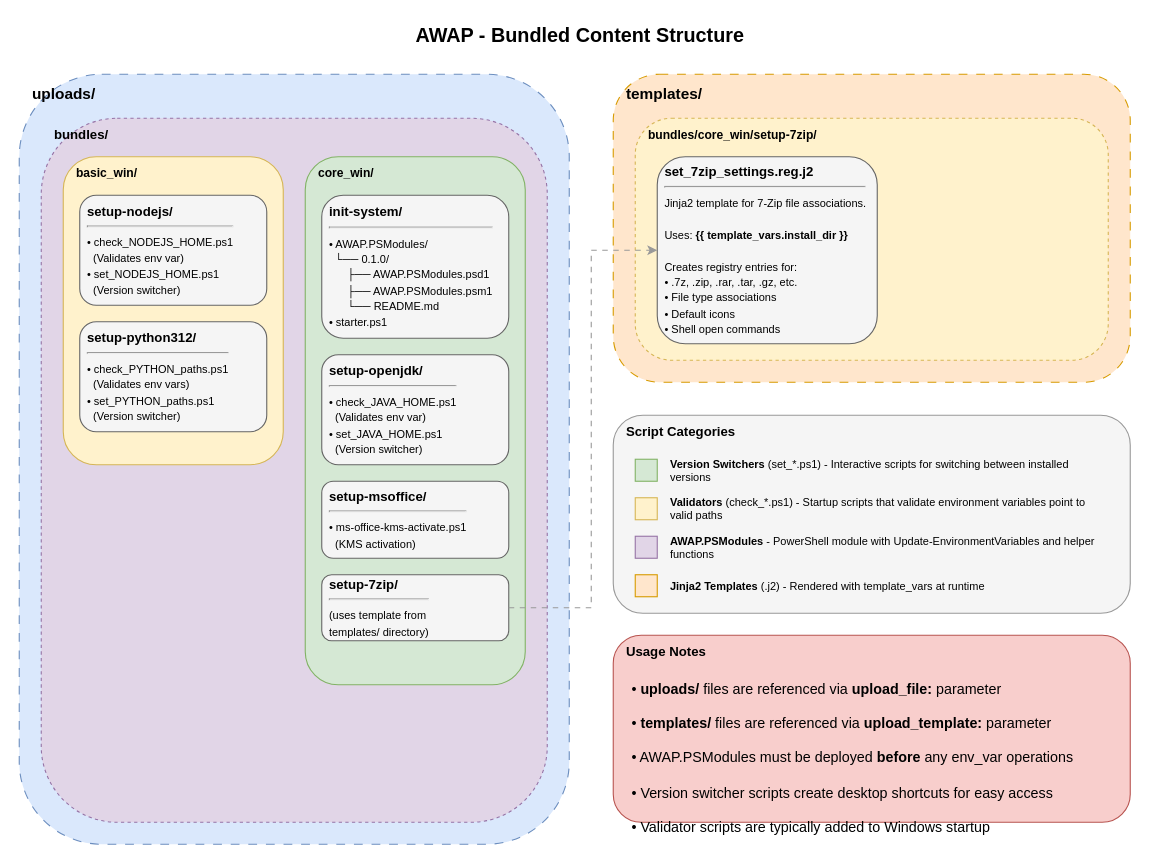
amindeed/Ansible-Win-AutoProvisioning keeps this draw.io diagram as page "Bundled Content Structure" (3 of 3) of assets/AWAP-Architecture-Diagram.drawio. Above is the earlier version. Source tidied: cells renumbered, new cells numbered last; positions are measured from the earlier drawing's top-left corner, leaving out a move shared by most shapes. Both pictures are drawn from the tidied source at 110%, with x=0, y=0 at pixel (19, 19).
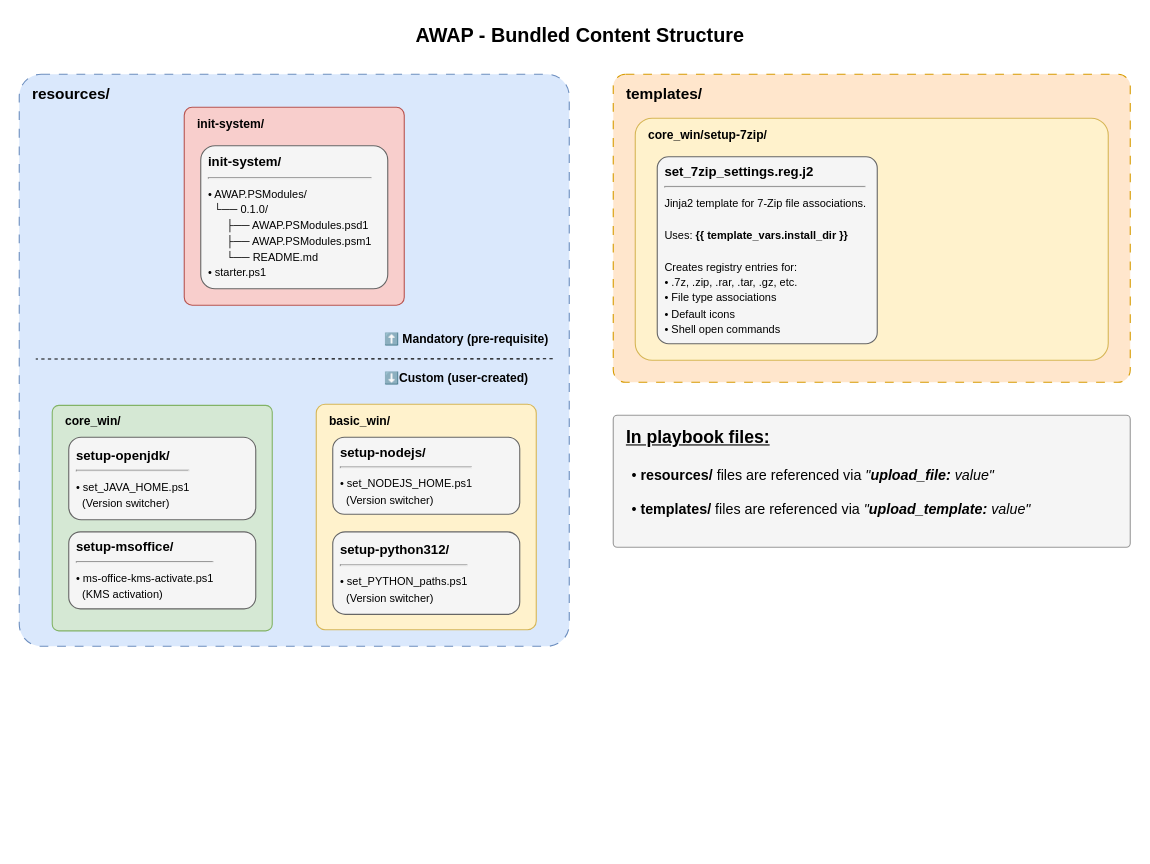
Above is the later version.

Change to the diagram source:
```diff
@@
-    <mxCell id="3" style="rounded=1;whiteSpace=wrap;html=1;fillColor=#dae8fc;strokeColor=#6c8ebf;dashed=1;dashPattern=8 8;" parent="1" vertex="1">
-      <mxGeometry y="50" width="500" height="700" as="geometry" />
-    </mxCell>
-    <mxCell id="4" value="uploads/" style="text;html=1;strokeColor=none;fillColor=none;align=left;verticalAlign=middle;whiteSpace=wrap;rounded=0;fontStyle=1;fontSize=14;" parent="1" vertex="1">
-      <mxGeometry x="10" y="55" width="100" height="25" as="geometry" />
-    </mxCell>
-    <mxCell id="5" style="rounded=1;whiteSpace=wrap;html=1;fillColor=#e1d5e7;strokeColor=#9673a6;dashed=1;" parent="1" vertex="1">
-      <mxGeometry x="20" y="90" width="460" height="640" as="geometry" />
-    </mxCell>
-    <mxCell id="6" value="bundles/" style="text;html=1;strokeColor=none;fillColor=none;align=left;verticalAlign=middle;whiteSpace=wrap;rounded=0;fontStyle=1;fontSize=12;" parent="1" vertex="1">
-      <mxGeometry x="30" y="95" width="80" height="20" as="geometry" />
-    </mxCell>
-    <mxCell id="7" style="rounded=1;whiteSpace=wrap;html=1;fillColor=#fff2cc;strokeColor=#d6b656;" parent="1" vertex="1">
-      <mxGeometry x="40" y="125" width="200" height="280" as="geometry" />
-    </mxCell>
+    <mxCell id="36" style="rounded=1;whiteSpace=wrap;html=1;fillColor=#dae8fc;strokeColor=#6c8ebf;dashed=1;dashPattern=8 8;arcSize=4;" parent="1" vertex="1">
+      <mxGeometry y="50" width="500" height="520" as="geometry" />
+    </mxCell>
+    <mxCell id="37" value="resources/" style="text;html=1;strokeColor=none;fillColor=none;align=left;verticalAlign=middle;whiteSpace=wrap;rounded=0;fontStyle=1;fontSize=14;" parent="1" vertex="1">
+      <mxGeometry x="10" y="55" width="100" height="25" as="geometry" />
+    </mxCell>
+    <mxCell id="38" style="rounded=1;whiteSpace=wrap;html=1;fillColor=#fff2cc;strokeColor=#d6b656;arcSize=4;" parent="1" vertex="1">
+      <mxGeometry x="270" y="350" width="200" height="205" as="geometry" />
+    </mxCell>
     <mxCell id="8" value="basic_win/" style="text;html=1;strokeColor=none;fillColor=none;align=left;verticalAlign=middle;whiteSpace=wrap;rounded=0;fontStyle=1;fontSize=11;" parent="1" vertex="1">
-      <mxGeometry x="50" y="130" width="80" height="20" as="geometry" />
+      <mxGeometry x="280" y="355" width="80" height="20" as="geometry" />
     </mxCell>
-    <mxCell id="9" value="&lt;b&gt;setup-nodejs/&lt;/b&gt;&lt;br&gt;&lt;hr&gt;&lt;font size=&quot;1&quot;&gt;• check_NODEJS_HOME.ps1&lt;br&gt;&amp;nbsp; (Validates env var)&lt;br&gt;• set_NODEJS_HOME.ps1&lt;br&gt;&amp;nbsp; (Version switcher)&lt;/font&gt;" style="rounded=1;whiteSpace=wrap;html=1;fillColor=#f5f5f5;strokeColor=#666666;align=left;spacingLeft=5;" parent="1" vertex="1">
-      <mxGeometry x="55" y="160" width="170" height="100" as="geometry" />
-    </mxCell>
-    <mxCell id="10" value="&lt;b&gt;setup-python312/&lt;/b&gt;&lt;br&gt;&lt;hr&gt;&lt;font size=&quot;1&quot;&gt;• check_PYTHON_paths.ps1&lt;br&gt;&amp;nbsp; (Validates env vars)&lt;br&gt;• set_PYTHON_paths.ps1&lt;br&gt;&amp;nbsp; (Version switcher)&lt;/font&gt;" style="rounded=1;whiteSpace=wrap;html=1;fillColor=#f5f5f5;strokeColor=#666666;align=left;spacingLeft=5;" parent="1" vertex="1">
-      <mxGeometry x="55" y="275" width="170" height="100" as="geometry" />
-    </mxCell>
-    <mxCell id="11" style="rounded=1;whiteSpace=wrap;html=1;fillColor=#d5e8d4;strokeColor=#82b366;" parent="1" vertex="1">
-      <mxGeometry x="260" y="125" width="200" height="480" as="geometry" />
-    </mxCell>
+    <mxCell id="39" value="&lt;b&gt;setup-nodejs/&lt;/b&gt;&lt;br&gt;&lt;hr&gt;&lt;font size=&quot;1&quot;&gt;• set_NODEJS_HOME.ps1&lt;br&gt;&amp;nbsp; (Version switcher)&lt;/font&gt;" style="rounded=1;whiteSpace=wrap;html=1;fillColor=#f5f5f5;strokeColor=#666666;align=left;spacingLeft=5;" parent="1" vertex="1">
+      <mxGeometry x="285" y="380" width="170" height="70" as="geometry" />
+    </mxCell>
+    <mxCell id="40" value="&lt;b&gt;setup-python312/&lt;/b&gt;&lt;br&gt;&lt;hr&gt;&lt;font size=&quot;1&quot;&gt;• set_PYTHON_paths.ps1&lt;br&gt;&amp;nbsp; (Version switcher)&lt;/font&gt;" style="rounded=1;whiteSpace=wrap;html=1;fillColor=#f5f5f5;strokeColor=#666666;align=left;spacingLeft=5;" parent="1" vertex="1">
+      <mxGeometry x="285" y="466" width="170" height="75" as="geometry" />
+    </mxCell>
+    <mxCell id="41" style="rounded=1;whiteSpace=wrap;html=1;fillColor=#d5e8d4;strokeColor=#82b366;arcSize=3;" parent="1" vertex="1">
+      <mxGeometry x="30" y="351" width="200" height="205" as="geometry" />
+    </mxCell>
     <mxCell id="12" value="core_win/" style="text;html=1;strokeColor=none;fillColor=none;align=left;verticalAlign=middle;whiteSpace=wrap;rounded=0;fontStyle=1;fontSize=11;" parent="1" vertex="1">
-      <mxGeometry x="270" y="130" width="80" height="20" as="geometry" />
+      <mxGeometry x="40" y="355" width="80" height="20" as="geometry" />
     </mxCell>
+    <mxCell id="42" value="&lt;b&gt;setup-openjdk/&lt;/b&gt;&lt;br&gt;&lt;hr&gt;&lt;font size=&quot;1&quot;&gt;• set_JAVA_HOME.ps1&lt;br&gt;&amp;nbsp; (Version switcher)&lt;/font&gt;" style="rounded=1;whiteSpace=wrap;html=1;fillColor=#f5f5f5;strokeColor=#666666;align=left;spacingLeft=5;" parent="1" vertex="1">
+      <mxGeometry x="45" y="380" width="170" height="75" as="geometry" />
+    </mxCell>
+    <mxCell id="15" value="&lt;b&gt;setup-msoffice/&lt;/b&gt;&lt;br&gt;&lt;hr&gt;&lt;font size=&quot;1&quot;&gt;• ms-office-kms-activate.ps1&lt;br&gt;&amp;nbsp; (KMS activation)&lt;/font&gt;" style="rounded=1;whiteSpace=wrap;html=1;fillColor=#f5f5f5;strokeColor=#666666;align=left;spacingLeft=5;" parent="1" vertex="1">
+      <mxGeometry x="45" y="466" width="170" height="70" as="geometry" />
+    </mxCell>
+    <mxCell id="43" style="rounded=1;whiteSpace=wrap;html=1;fillColor=#ffe6cc;strokeColor=#d79b00;dashed=1;dashPattern=8 8;arcSize=4;" parent="1" vertex="1">
+      <mxGeometry x="540" y="50" width="470" height="280" as="geometry" />
+    </mxCell>
+    <mxCell id="18" value="templates/" style="text;html=1;strokeColor=none;fillColor=none;align=left;verticalAlign=middle;whiteSpace=wrap;rounded=0;fontStyle=1;fontSize=14;" parent="1" vertex="1">
+      <mxGeometry x="550" y="55" width="100" height="25" as="geometry" />
+    </mxCell>
+    <mxCell id="44" style="rounded=1;whiteSpace=wrap;html=1;fillColor=#fff2cc;strokeColor=#d6b656;arcSize=7;" parent="1" vertex="1">
+      <mxGeometry x="560" y="90" width="430" height="220" as="geometry" />
+    </mxCell>
+    <mxCell id="45" value="&lt;div&gt;&lt;span style=&quot;background-color: transparent; color: rgb(0, 0, 0);&quot;&gt;core_win/setup-7zip/&lt;/span&gt;&lt;br&gt;&lt;/div&gt;" style="text;html=1;strokeColor=none;fillColor=none;align=left;verticalAlign=middle;whiteSpace=wrap;rounded=0;fontStyle=1;fontSize=11;" parent="1" vertex="1">
+      <mxGeometry x="570" y="95" width="200" height="20" as="geometry" />
+    </mxCell>
+    <mxCell id="21" value="&lt;b&gt;set_7zip_settings.reg.j2&lt;/b&gt;&lt;br&gt;&lt;hr&gt;&lt;font size=&quot;1&quot;&gt;Jinja2 template for 7-Zip file associations.&lt;br&gt;&lt;br&gt;Uses: &lt;b&gt;{{ template_vars.install_dir }}&lt;/b&gt;&lt;br&gt;&lt;br&gt;Creates registry entries for:&lt;br&gt;• .7z, .zip, .rar, .tar, .gz, etc.&lt;br&gt;• File type associations&lt;br&gt;• Default icons&lt;br&gt;• Shell open commands&lt;/font&gt;" style="rounded=1;whiteSpace=wrap;html=1;fillColor=#f5f5f5;strokeColor=#666666;align=left;spacingLeft=5;arcSize=6;" parent="1" vertex="1">
+      <mxGeometry x="580" y="125" width="200" height="170" as="geometry" />
+    </mxCell>
+    <mxCell id="46" style="rounded=1;whiteSpace=wrap;html=1;fillColor=#f5f5f5;strokeColor=#999999;arcSize=3;" parent="1" vertex="1">
+      <mxGeometry x="540" y="360" width="470" height="120" as="geometry" />
+    </mxCell>
+    <mxCell id="47" value="&lt;font style=&quot;font-size: 16px;&quot;&gt;&lt;u style=&quot;&quot;&gt;In playbook files:&lt;/u&gt;&lt;/font&gt;" style="text;html=1;strokeColor=none;fillColor=none;align=left;verticalAlign=middle;whiteSpace=wrap;rounded=0;fontStyle=1;fontSize=12;" parent="1" vertex="1">
+      <mxGeometry x="550" y="370" width="160" height="20" as="geometry" />
+    </mxCell>
+    <mxCell id="48" value="&lt;font size=&quot;2&quot;&gt;• &lt;b&gt;resources/&lt;/b&gt; files are referenced via &lt;i&gt;&quot;&lt;b&gt;upload_file:&lt;/b&gt; value&quot;&lt;/i&gt;&lt;br&gt;&lt;br&gt;• &lt;b&gt;templates/&lt;/b&gt; files are referenced via &lt;i&gt;&quot;&lt;b&gt;upload_template:&lt;/b&gt; value&quot;&lt;/i&gt;&lt;br&gt;&lt;/font&gt;" style="text;html=1;strokeColor=none;fillColor=none;align=left;verticalAlign=top;whiteSpace=wrap;rounded=0;spacingLeft=5;spacingTop=5;" parent="1" vertex="1">
+      <mxGeometry x="550" y="395" width="400" height="80" as="geometry" />
+    </mxCell>
+    <mxCell id="49" style="rounded=1;whiteSpace=wrap;html=1;fillColor=#f8cecc;strokeColor=#b85450;arcSize=4;" parent="1" vertex="1">
+      <mxGeometry x="150" y="80" width="200" height="180" as="geometry" />
+    </mxCell>
+    <mxCell id="50" value="init-system/" style="text;html=1;strokeColor=none;fillColor=none;align=left;verticalAlign=middle;whiteSpace=wrap;rounded=0;fontStyle=1;fontSize=11;" parent="1" vertex="1">
+      <mxGeometry x="160" y="85" width="80" height="20" as="geometry" />
+    </mxCell>
-    <mxCell id="13" value="&lt;b&gt;init-system/&lt;/b&gt;&lt;br&gt;&lt;hr&gt;&lt;font size=&quot;1&quot;&gt;• AWAP.PSModules/&lt;br&gt;&amp;nbsp; └── 0.1.0/&lt;br&gt;&amp;nbsp;&amp;nbsp;&amp;nbsp;&amp;nbsp;&amp;nbsp; ├── AWAP.PSModules.psd1&lt;br&gt;&amp;nbsp;&amp;nbsp;&amp;nbsp;&amp;nbsp;&amp;nbsp; ├── AWAP.PSModules.psm1&lt;br&gt;&amp;nbsp;&amp;nbsp;&amp;nbsp;&amp;nbsp;&amp;nbsp; └── README.md&lt;br&gt;• starter.ps1&lt;/font&gt;" style="rounded=1;whiteSpace=wrap;html=1;fillColor=#f5f5f5;strokeColor=#666666;align=left;spacingLeft=5;" parent="1" vertex="1">
-      <mxGeometry x="275" y="160" width="170" height="130" as="geometry" />
+    <mxCell id="13" value="&lt;b&gt;init-system/&lt;/b&gt;&lt;br&gt;&lt;hr&gt;&lt;font size=&quot;1&quot;&gt;• AWAP.PSModules/&lt;br&gt;&amp;nbsp; └── 0.1.0/&lt;br&gt;&amp;nbsp;&amp;nbsp;&amp;nbsp;&amp;nbsp;&amp;nbsp; ├── AWAP.PSModules.psd1&lt;br&gt;&amp;nbsp;&amp;nbsp;&amp;nbsp;&amp;nbsp;&amp;nbsp; ├── AWAP.PSModules.psm1&lt;br&gt;&amp;nbsp;&amp;nbsp;&amp;nbsp;&amp;nbsp;&amp;nbsp; └── README.md&lt;br&gt;• starter.ps1&lt;/font&gt;" style="rounded=1;whiteSpace=wrap;html=1;fillColor=#f5f5f5;strokeColor=#666666;align=left;spacingLeft=5;arcSize=10;" parent="1" vertex="1">
+      <mxGeometry x="165" y="115" width="170" height="130" as="geometry" />
     </mxCell>
-    <mxCell id="14" value="&lt;b&gt;setup-openjdk/&lt;/b&gt;&lt;br&gt;&lt;hr&gt;&lt;font size=&quot;1&quot;&gt;• check_JAVA_HOME.ps1&lt;br&gt;&amp;nbsp; (Validates env var)&lt;br&gt;• set_JAVA_HOME.ps1&lt;br&gt;&amp;nbsp; (Version switcher)&lt;/font&gt;" style="rounded=1;whiteSpace=wrap;html=1;fillColor=#f5f5f5;strokeColor=#666666;align=left;spacingLeft=5;" parent="1" vertex="1">
-      <mxGeometry x="275" y="305" width="170" height="100" as="geometry" />
-    </mxCell>
-    <mxCell id="15" value="&lt;b&gt;setup-msoffice/&lt;/b&gt;&lt;br&gt;&lt;hr&gt;&lt;font size=&quot;1&quot;&gt;• ms-office-kms-activate.ps1&lt;br&gt;&amp;nbsp; (KMS activation)&lt;/font&gt;" style="rounded=1;whiteSpace=wrap;html=1;fillColor=#f5f5f5;strokeColor=#666666;align=left;spacingLeft=5;" parent="1" vertex="1">
-      <mxGeometry x="275" y="420" width="170" height="70" as="geometry" />
-    </mxCell>
-    <mxCell id="16" value="&lt;b&gt;setup-7zip/&lt;/b&gt;&lt;br&gt;&lt;hr&gt;&lt;font size=&quot;1&quot;&gt;(uses template from&lt;br&gt;templates/ directory)&lt;/font&gt;" style="rounded=1;whiteSpace=wrap;html=1;fillColor=#f5f5f5;strokeColor=#666666;align=left;spacingLeft=5;fontStyle=0;" parent="1" vertex="1">
-      <mxGeometry x="275" y="505" width="170" height="60" as="geometry" />
-    </mxCell>
-    <mxCell id="17" style="rounded=1;whiteSpace=wrap;html=1;fillColor=#ffe6cc;strokeColor=#d79b00;dashed=1;dashPattern=8 8;" parent="1" vertex="1">
-      <mxGeometry x="540" y="50" width="470" height="280" as="geometry" />
-    </mxCell>
-    <mxCell id="18" value="templates/" style="text;html=1;strokeColor=none;fillColor=none;align=left;verticalAlign=middle;whiteSpace=wrap;rounded=0;fontStyle=1;fontSize=14;" parent="1" vertex="1">
-      <mxGeometry x="550" y="55" width="100" height="25" as="geometry" />
-    </mxCell>
-    <mxCell id="19" style="rounded=1;whiteSpace=wrap;html=1;fillColor=#fff2cc;strokeColor=#d6b656;dashed=1;" parent="1" vertex="1">
-      <mxGeometry x="560" y="90" width="430" height="220" as="geometry" />
-    </mxCell>
-    <mxCell id="20" value="bundles/core_win/setup-7zip/" style="text;html=1;strokeColor=none;fillColor=none;align=left;verticalAlign=middle;whiteSpace=wrap;rounded=0;fontStyle=1;fontSize=11;" parent="1" vertex="1">
-      <mxGeometry x="570" y="95" width="200" height="20" as="geometry" />
-    </mxCell>
-    <mxCell id="21" value="&lt;b&gt;set_7zip_settings.reg.j2&lt;/b&gt;&lt;br&gt;&lt;hr&gt;&lt;font size=&quot;1&quot;&gt;Jinja2 template for 7-Zip file associations.&lt;br&gt;&lt;br&gt;Uses: &lt;b&gt;{{ template_vars.install_dir }}&lt;/b&gt;&lt;br&gt;&lt;br&gt;Creates registry entries for:&lt;br&gt;• .7z, .zip, .rar, .tar, .gz, etc.&lt;br&gt;• File type associations&lt;br&gt;• Default icons&lt;br&gt;• Shell open commands&lt;/font&gt;" style="rounded=1;whiteSpace=wrap;html=1;fillColor=#f5f5f5;strokeColor=#666666;align=left;spacingLeft=5;" parent="1" vertex="1">
-      <mxGeometry x="580" y="125" width="200" height="170" as="geometry" />
-    </mxCell>
-    <mxCell id="22" style="rounded=1;whiteSpace=wrap;html=1;fillColor=#f5f5f5;strokeColor=#999999;" parent="1" vertex="1">
-      <mxGeometry x="540" y="360" width="470" height="180" as="geometry" />
-    </mxCell>
-    <mxCell id="23" value="Script Categories" style="text;html=1;strokeColor=none;fillColor=none;align=left;verticalAlign=middle;whiteSpace=wrap;rounded=0;fontStyle=1;fontSize=12;" parent="1" vertex="1">
-      <mxGeometry x="550" y="365" width="150" height="20" as="geometry" />
-    </mxCell>
-    <mxCell id="24" style="rounded=0;whiteSpace=wrap;html=1;fillColor=#d5e8d4;strokeColor=#82b366;" parent="1" vertex="1">
-      <mxGeometry x="560" y="400" width="20" height="20" as="geometry" />
-    </mxCell>
-    <mxCell id="25" value="&lt;b&gt;Version Switchers&lt;/b&gt; (set_*.ps1) - Interactive scripts for switching between installed versions" style="text;html=1;strokeColor=none;fillColor=none;align=left;verticalAlign=middle;whiteSpace=wrap;rounded=0;fontSize=10;" parent="1" vertex="1">
-      <mxGeometry x="590" y="395" width="400" height="30" as="geometry" />
-    </mxCell>
-    <mxCell id="26" style="rounded=0;whiteSpace=wrap;html=1;fillColor=#fff2cc;strokeColor=#d6b656;" parent="1" vertex="1">
-      <mxGeometry x="560" y="435" width="20" height="20" as="geometry" />
-    </mxCell>
-    <mxCell id="27" value="&lt;b&gt;Validators&lt;/b&gt; (check_*.ps1) - Startup scripts that validate environment variables point to valid paths" style="text;html=1;strokeColor=none;fillColor=none;align=left;verticalAlign=middle;whiteSpace=wrap;rounded=0;fontSize=10;" parent="1" vertex="1">
-      <mxGeometry x="590" y="430" width="400" height="30" as="geometry" />
-    </mxCell>
-    <mxCell id="28" style="rounded=0;whiteSpace=wrap;html=1;fillColor=#e1d5e7;strokeColor=#9673a6;" parent="1" vertex="1">
-      <mxGeometry x="560" y="470" width="20" height="20" as="geometry" />
-    </mxCell>
-    <mxCell id="29" value="&lt;b&gt;AWAP.PSModules&lt;/b&gt; - PowerShell module with Update-EnvironmentVariables and helper functions" style="text;html=1;strokeColor=none;fillColor=none;align=left;verticalAlign=middle;whiteSpace=wrap;rounded=0;fontSize=10;" parent="1" vertex="1">
-      <mxGeometry x="590" y="465" width="400" height="30" as="geometry" />
-    </mxCell>
-    <mxCell id="30" style="rounded=0;whiteSpace=wrap;html=1;fillColor=#ffe6cc;strokeColor=#d79b00;" parent="1" vertex="1">
-      <mxGeometry x="560" y="505" width="20" height="20" as="geometry" />
-    </mxCell>
-    <mxCell id="31" value="&lt;b&gt;Jinja2 Templates&lt;/b&gt; (.j2) - Rendered with template_vars at runtime" style="text;html=1;strokeColor=none;fillColor=none;align=left;verticalAlign=middle;whiteSpace=wrap;rounded=0;fontSize=10;" parent="1" vertex="1">
-      <mxGeometry x="590" y="500" width="400" height="30" as="geometry" />
-    </mxCell>
-    <mxCell id="32" style="rounded=1;whiteSpace=wrap;html=1;fillColor=#f8cecc;strokeColor=#b85450;" parent="1" vertex="1">
-      <mxGeometry x="540" y="560" width="470" height="170" as="geometry" />
-    </mxCell>
-    <mxCell id="33" value="Usage Notes" style="text;html=1;strokeColor=none;fillColor=none;align=left;verticalAlign=middle;whiteSpace=wrap;rounded=0;fontStyle=1;fontSize=12;" parent="1" vertex="1">
-      <mxGeometry x="550" y="565" width="100" height="20" as="geometry" />
-    </mxCell>
-    <mxCell id="34" value="&lt;font size=&quot;2&quot;&gt;• &lt;b&gt;uploads/&lt;/b&gt; files are referenced via &lt;b&gt;upload_file:&lt;/b&gt; parameter&lt;br&gt;&lt;br&gt;• &lt;b&gt;templates/&lt;/b&gt; files are referenced via &lt;b&gt;upload_template:&lt;/b&gt; parameter&lt;br&gt;&lt;br&gt;• AWAP.PSModules must be deployed &lt;b&gt;before&lt;/b&gt; any env_var operations&lt;br&gt;&lt;br&gt;• Version switcher scripts create desktop shortcuts for easy access&lt;br&gt;&lt;br&gt;• Validator scripts are typically added to Windows startup&lt;/font&gt;" style="text;html=1;strokeColor=none;fillColor=none;align=left;verticalAlign=top;whiteSpace=wrap;rounded=0;spacingLeft=5;spacingTop=5;" parent="1" vertex="1">
-      <mxGeometry x="550" y="590" width="450" height="130" as="geometry" />
-    </mxCell>
-    <mxCell id="35" style="edgeStyle=orthogonalEdgeStyle;rounded=0;html=1;dashed=1;dashPattern=5 5;strokeColor=#999999;" parent="1" edge="1" source="16" target="21">
-      <mxGeometry relative="1" as="geometry">
-        <Array as="points">
-          <mxPoint x="520" y="535" />
-          <mxPoint x="520" y="210" />
-        </Array>
-      </mxGeometry>
-    </mxCell>
+    <mxCell id="51" style="endArrow=none;dashed=1;html=1;exitX=0.96;exitY=0.502;exitDx=0;exitDy=0;exitPerimeter=0;strokeWidth=1;" parent="1" edge="1">
+      <mxGeometry relative="1" as="geometry">
+        <mxPoint x="485" y="308.7" as="sourcePoint" />
+        <mxPoint x="15" y="308.9" as="targetPoint" />
+      </mxGeometry>
+    </mxCell>
+    <mxCell id="52" value="&lt;span style=&quot;font-style: normal;&quot;&gt;⬆️ Mandatory (pre-requisite)&lt;/span&gt;" style="text;html=1;strokeColor=none;fillColor=none;align=left;verticalAlign=middle;whiteSpace=wrap;rounded=0;fontStyle=3;fontSize=11;" parent="1" vertex="1">
+      <mxGeometry x="330" y="281" width="154" height="20" as="geometry" />
+    </mxCell>
+    <mxCell id="53" value="&lt;span style=&quot;font-style: normal;&quot;&gt;⬇️Custom (user-created)&lt;/span&gt;" style="text;html=1;strokeColor=none;fillColor=none;align=left;verticalAlign=middle;whiteSpace=wrap;rounded=0;fontStyle=3;fontSize=11;" parent="1" vertex="1">
+      <mxGeometry x="329.5" y="316" width="138.5" height="20" as="geometry" />
+    </mxCell>
```
